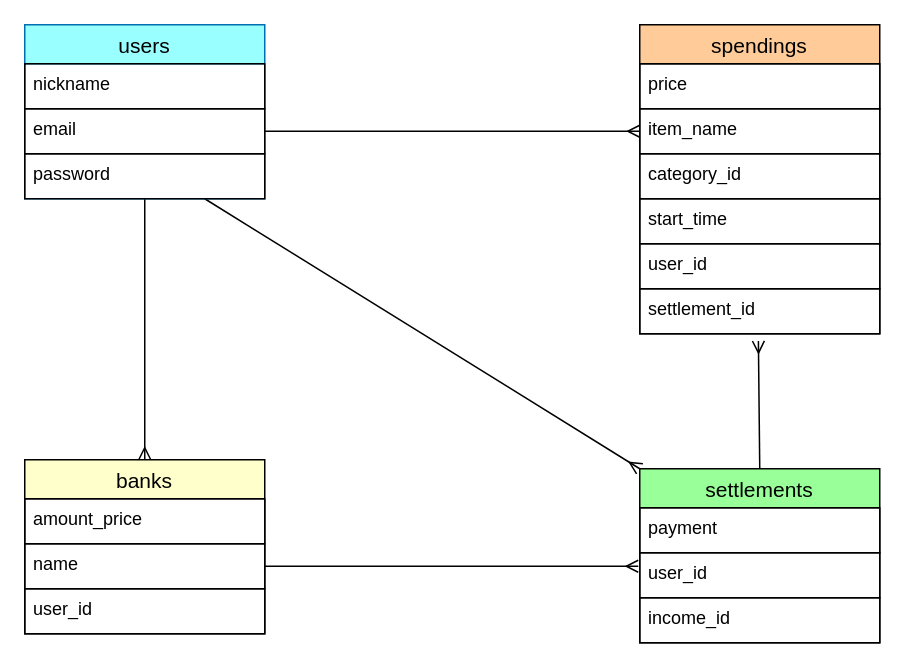
The draw.io diagram er_diagram.dio in Matt19950109/HowtoPay, before the edit. Source tidied: cells renumbered, new cells numbered last; positions are measured from the earlier drawing's top-left corner, leaving out a move shared by most shapes. Both pictures are drawn from the tidied source at 150%, with x=0, y=0 at pixel (24, 24).
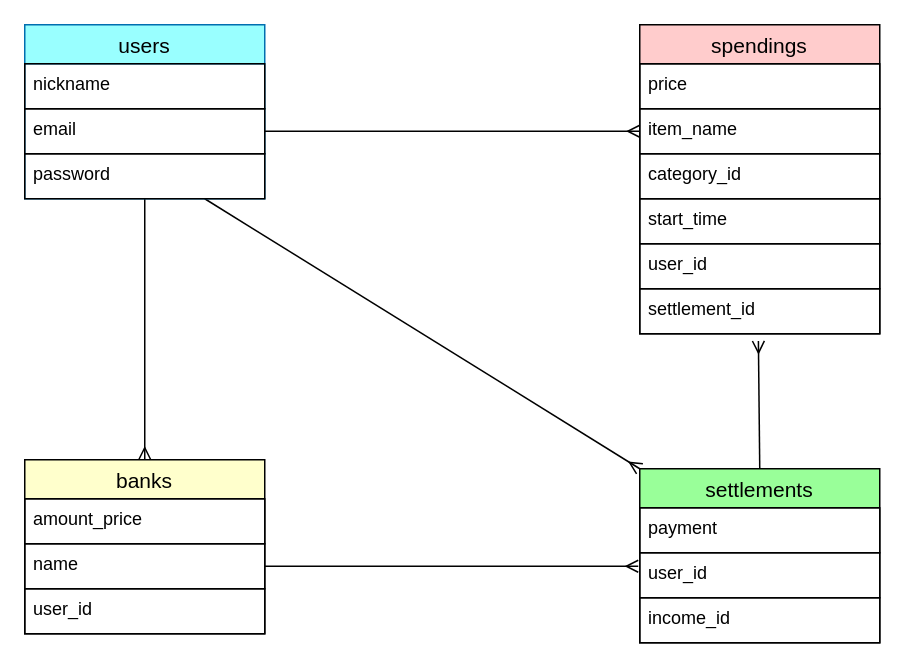
The same page after the edit.

Commit message (it also covers changes not shown here):
画面遷移図の作成

What changed in the source:
```diff
@@
-    <mxCell id="17" value="spendings" style="swimlane;fontStyle=0;horizontal=1;startSize=26;align=center;fontSize=14;fontColor=#000000;fillColor=#FFCC99;strokeColor=#000000;" parent="1" vertex="1">
+    <mxCell id="17" value="spendings" style="swimlane;fontStyle=0;horizontal=1;startSize=26;align=center;fontSize=14;fontColor=#000000;fillColor=#FFCCCC;strokeColor=#000000;" parent="1" vertex="1">
       <mxGeometry x="410" width="160" height="206" as="geometry" />
     </mxCell>
```
